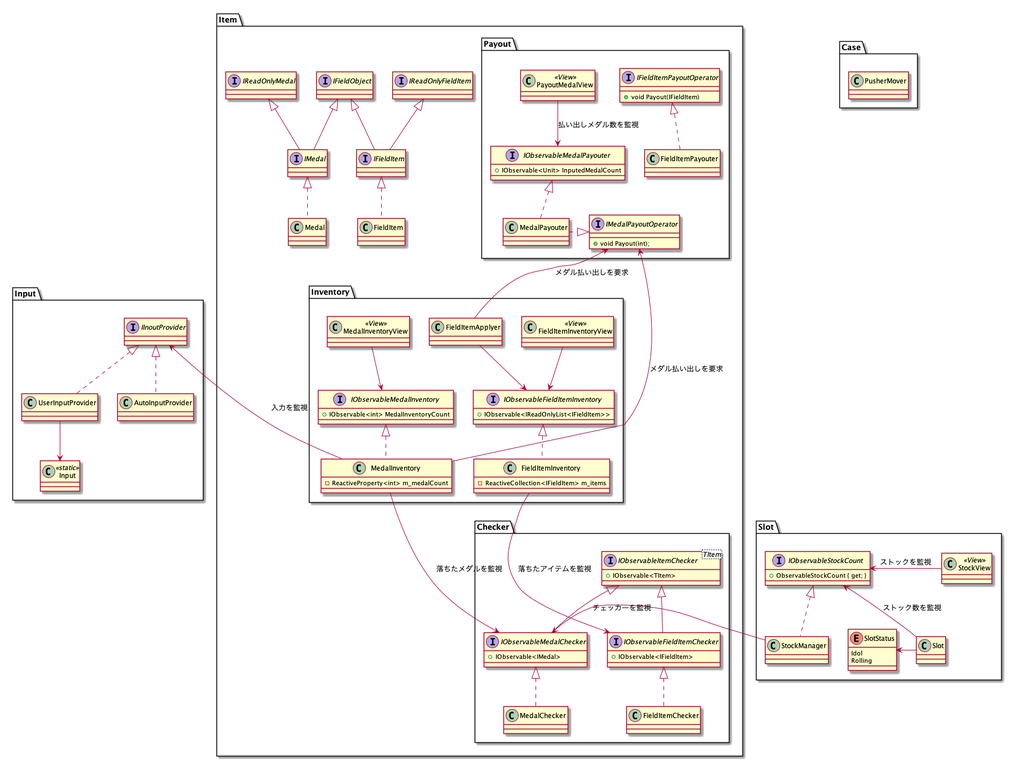
Above: Documents/ClassDiaglam/MedalPusher.png in yutorisan/CoinPusherGame (PlantUML), before the change.
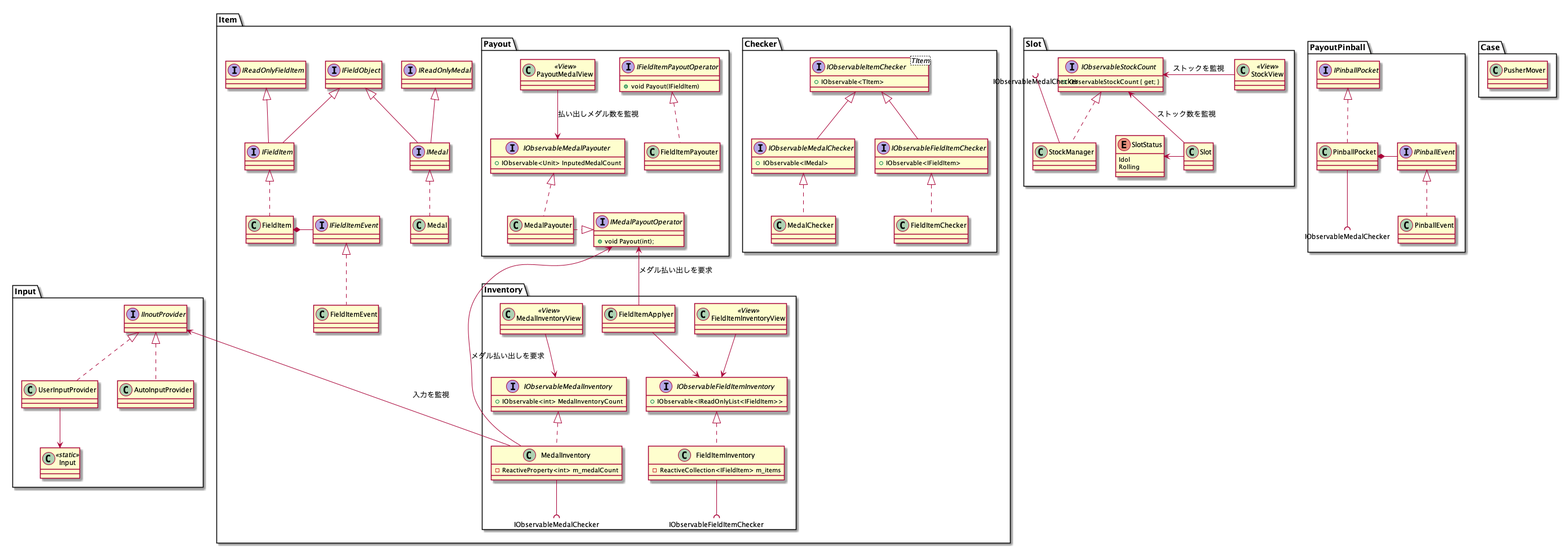
After the commit.

Change to the diagram source:
```diff
@@ -8,8 +8,12 @@
     interface IReadOnlyFieldItem
     interface IFieldItem
     class FieldItem
+    interface IFieldItemEvent
+    class FieldItemEvent
     IReadOnlyFieldItem <|-- IFieldItem
     IFieldItem <|.. FieldItem
+    IFieldItemEvent <|.. FieldItemEvent
+    FieldItem *- IFieldItemEvent
 
     interface IReadOnlyMedal
     interface IMedal
@@ -61,6 +65,8 @@
         class PayoutMedalView<<View>>
         PayoutMedalView --> IObservableMedalPayouter : 払い出しメダル数を監視
 
+
+
     }
 
     namespace Inventory{
@@ -80,8 +86,8 @@
         }
         IObservableFieldItemInventory <|.. FieldItemInventory
 
-        MedalInventory ---> Item.Checker.IObservableMedalChecker : 落ちたメダルを監視
-        FieldItemInventory ---> Item.Checker.IObservableFieldItemChecker : 落ちたアイテムを監視
+        MedalInventory --(( IObservableMedalChecker
+        FieldItemInventory --(( IObservableFieldItemChecker
         Input.IInoutProvider <--- MedalInventory : 入力を監視
 
         class FieldItemApplyer
@@ -111,7 +117,7 @@
 namespace Slot{
     class StockManager
     IObservableStockCount <|.. StockManager
-    Item.Checker.IObservableMedalChecker <- StockManager : チェッカーを監視
+    IObservableMedalChecker ))-- StockManager
     class Slot
     enum SlotStatus{
         Idol
@@ -130,5 +136,18 @@
 
 }
 
+namespace PayoutPinball{
+    interface IPinballPocket
+    class PinballPocket
+    IPinballPocket <|.. PinballPocket
+
+    interface IPinballEvent
+    class PinballEvent
+    IPinballEvent <|.. PinballEvent
+
+    PinballPocket *- IPinballEvent
+    PinballPocket --(( IObservableMedalChecker
+}
+
 
 @enduml
```
